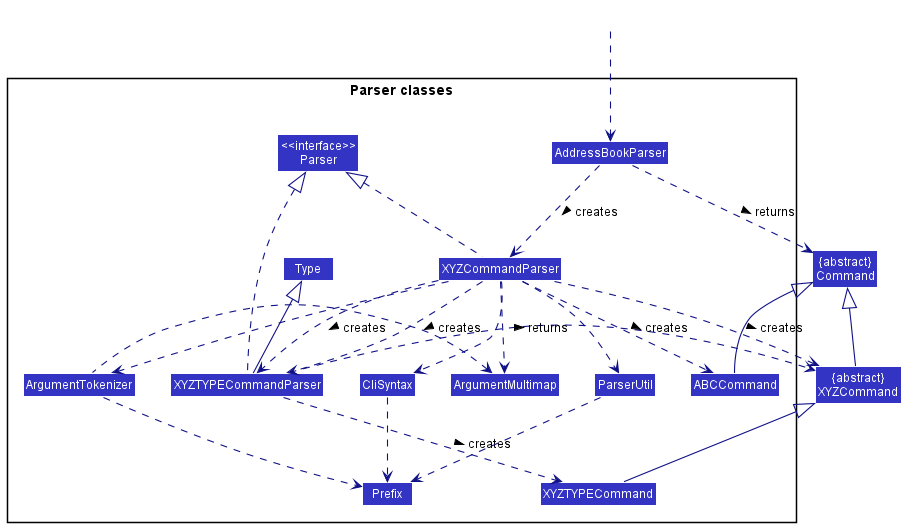
The PlantUML diagram docs/images/ParserClasses.png in rcjj98/tp, before a commit.
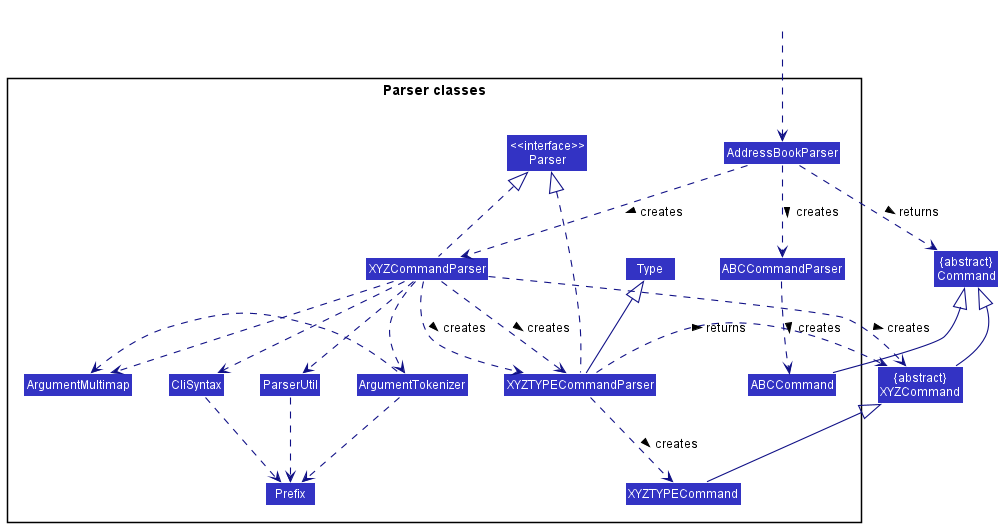
Above is the later version.

The edit, as a diff of the source:
```diff
@@ -11,6 +11,7 @@
 Class "<<interface>>\nParser" as Parser
 Class AddressBookParser
 Class XYZCommandParser
+Class ABCCommandParser
 Class CliSyntax
 Class ParserUtil
 Class ArgumentMultimap
@@ -26,6 +27,7 @@
 HiddenOutside ..> AddressBookParser
 
 AddressBookParser .down.> XYZCommandParser: creates >
+AddressBookParser .down.> ABCCommandParser: creates >
 AddressBookParser ..> Command : returns >
 XYZCommandParser ..> XYZCommand : creates >
 XYZCommandParser .up.|> Parser
@@ -46,6 +48,6 @@
 XYZCommand -up-|> Command
 XYZCommandParser ..> XYZTYPECommandParser: creates >
 ABCCommand -up|> Command
-XYZCommandParser ..> ABCCommand : creates >
+ABCCommandParser ..> ABCCommand : creates >
 
 @enduml
```
